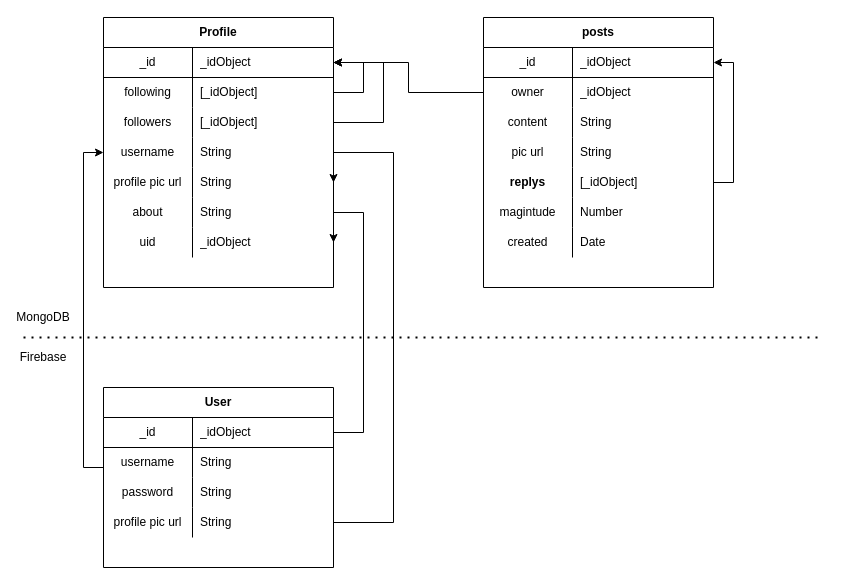
Before: page "ERD" (1 of 4) of plan/plan.drawio in nick3point5/Seismo, a draw.io diagram. Source tidied: cells renumbered, new cells numbered last; positions are measured from the earlier drawing's top-left corner, leaving out a move shared by most shapes. Both pictures are drawn from the tidied source at 100%, with x=0, y=0 at pixel (23, 17).
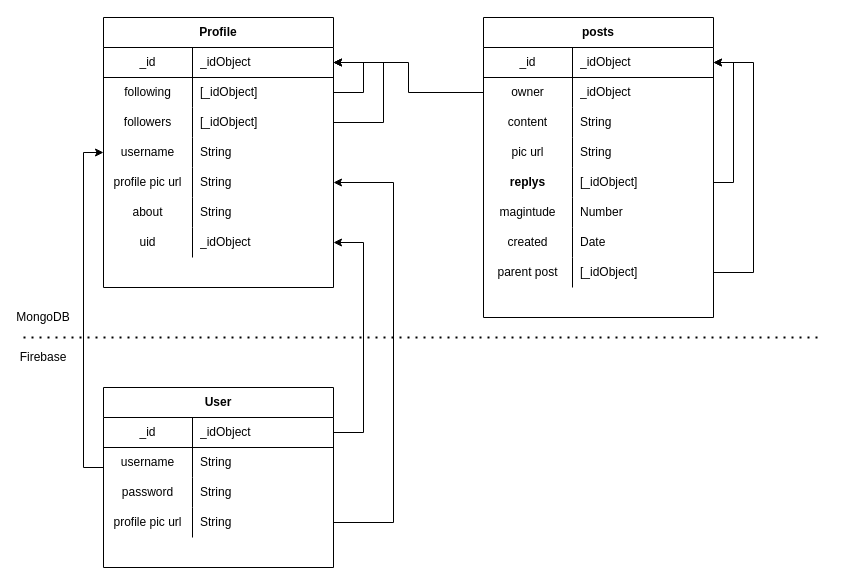
The same diagram, later.

The change refers to these unchanged cells:
```xml
<mxCell id="15" style="shape=partialRectangle;html=1;whiteSpace=wrap;fillColor=none;top=0;left=0;bottom=0;right=0;points=[[0,0.5],[1,0.5]];portConstraint=eastwest;" parent="2" vertex="1">
  <mxGeometry y="150" width="230" height="30" as="geometry" />
</mxCell>
<mxCell id="21" style="shape=partialRectangle;html=1;whiteSpace=wrap;fillColor=none;top=0;left=0;bottom=0;right=0;points=[[0,0.5],[1,0.5]];portConstraint=eastwest;" parent="2" vertex="1">
  <mxGeometry y="210" width="230" height="30" as="geometry" />
</mxCell>
<mxCell id="27" style="shape=partialRectangle;html=1;whiteSpace=wrap;fillColor=none;top=0;left=0;bottom=1;right=0;points=[[0,0.5],[1,0.5]];portConstraint=eastwest;" parent="26" vertex="1">
  <mxGeometry y="30" width="230" height="30" as="geometry" />
</mxCell>
<mxCell id="51" value="User" style="shape=table;html=1;whiteSpace=wrap;startSize=30;childLayout=tableLayout;rowLines=0;fontStyle=1;align=center;" parent="1" vertex="1">
  <mxGeometry x="80" y="370" width="230" height="180" as="geometry" />
</mxCell>
<mxCell id="52" style="shape=partialRectangle;html=1;whiteSpace=wrap;fillColor=none;top=0;left=0;bottom=1;right=0;points=[[0,0.5],[1,0.5]];portConstraint=eastwest;" parent="51" vertex="1">
  <mxGeometry y="30" width="230" height="30" as="geometry" />
</mxCell>
```

Change to the diagram source:
```diff
@@
     <mxCell id="26" value="posts" style="shape=table;html=1;whiteSpace=wrap;startSize=30;childLayout=tableLayout;rowLines=0;fontStyle=1;align=center;" parent="1" vertex="1">
-      <mxGeometry x="460" width="230" height="270" as="geometry" />
+      <mxGeometry x="460" width="230" height="300" as="geometry" />
     </mxCell>
@@
+    <mxCell id="69" style="edgeStyle=orthogonalEdgeStyle;rounded=0;jettySize=auto;html=1;exitX=1;exitY=0.5;exitDx=0;exitDy=0;entryX=1;entryY=0.5;entryDx=0;entryDy=0;" parent="26" edge="1" source="70" target="27">
+      <mxGeometry relative="1" as="geometry">
+        <Array as="points">
+          <mxPoint x="270" y="255" />
+          <mxPoint x="270" y="45" />
+        </Array>
+      </mxGeometry>
+    </mxCell>
+    <mxCell id="70" style="shape=partialRectangle;html=1;whiteSpace=wrap;fillColor=none;top=0;left=0;bottom=0;right=0;points=[[0,0.5],[1,0.5]];portConstraint=eastwest;" parent="26" vertex="1">
+      <mxGeometry y="240" width="230" height="30" as="geometry" />
+    </mxCell>
+    <mxCell id="71" value="parent post" style="shape=partialRectangle;html=1;whiteSpace=wrap;fillColor=none;top=0;left=0;bottom=0;right=0;overflow=hidden;" parent="70" vertex="1">
+      <mxGeometry width="89" height="30" as="geometry" />
+    </mxCell>
+    <mxCell id="72" value="&lt;span&gt;[_idObject]&lt;/span&gt;" style="shape=partialRectangle;html=1;whiteSpace=wrap;fillColor=none;top=0;left=0;bottom=0;right=0;align=left;spacingLeft=6;overflow=hidden;" parent="70" vertex="1">
+      <mxGeometry x="89" width="141" height="30" as="geometry" />
+    </mxCell>
@@
     <mxCell id="50" style="edgeStyle=orthogonalEdgeStyle;rounded=0;jettySize=auto;html=1;entryX=1;entryY=0.5;entryDx=0;entryDy=0;" parent="1" edge="1" source="51" target="15">
       <mxGeometry relative="1" as="geometry">
         <Array as="points">
           <mxPoint x="370" y="505" />
-          <mxPoint x="370" y="135" />
+          <mxPoint x="370" y="165" />
         </Array>
       </mxGeometry>
     </mxCell>
@@
     <mxCell id="64" style="edgeStyle=orthogonalEdgeStyle;rounded=0;jettySize=auto;html=1;entryX=1;entryY=0.5;entryDx=0;entryDy=0;" parent="1" edge="1" source="52" target="21">
       <mxGeometry relative="1" as="geometry">
         <Array as="points">
           <mxPoint x="340" y="415" />
-          <mxPoint x="340" y="195" />
+          <mxPoint x="340" y="225" />
         </Array>
       </mxGeometry>
     </mxCell>
```
